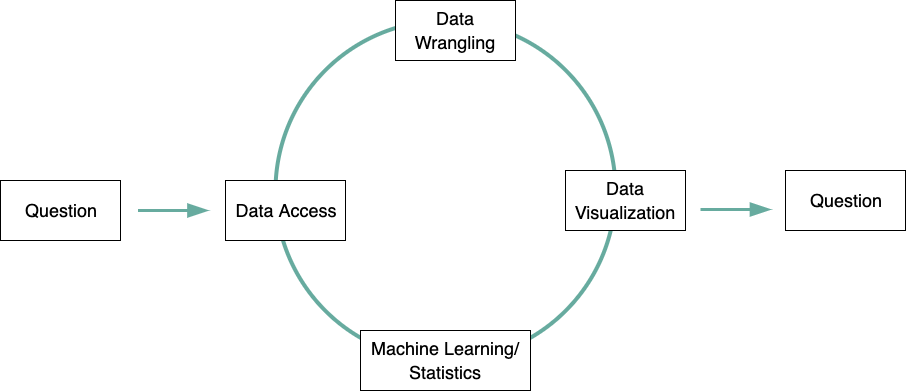
The draw.io diagram img/ds-workflow.png in sereprz/from-hot-mess-to-information, before a commit. Source tidied: cells renumbered, new cells last; positions are measured from the earlier drawing's top-left corner, leaving out a move shared by most shapes.
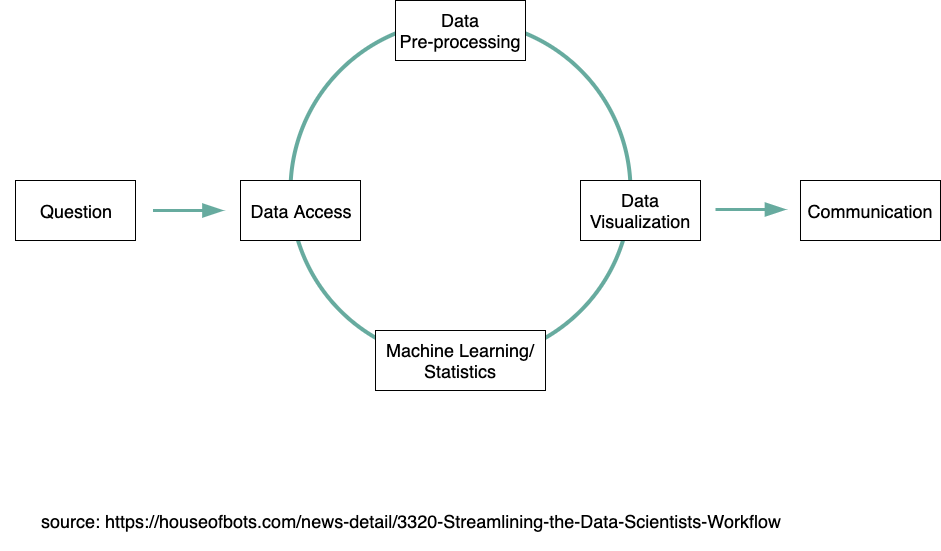
After the commit.

The edit, as a diff of the source:
```diff
@@ -5,35 +5,38 @@
     <mxCell id="2" style="ellipse;whiteSpace=wrap;html=1;strokeColor=#67AB9F;strokeWidth=4;" parent="1" vertex="1">
       <mxGeometry x="275" y="20" width="340" height="340" as="geometry" />
     </mxCell>
-    <mxCell id="3" value="&lt;font style=&quot;font-size: 18px&quot;&gt;Machine Learning/ Statistics&lt;/font&gt;" style="rounded=0;whiteSpace=wrap;html=1;strokeColor=#000000;strokeWidth=1;fontSize=20;" parent="1" vertex="1">
+    <mxCell id="3" value="&lt;font style=&quot;font-size: 18px&quot;&gt;Machine Learning/ Statistics&lt;/font&gt;" style="rounded=0;whiteSpace=wrap;html=1;strokeColor=#000000;strokeWidth=1;fontSize=18;" parent="1" vertex="1">
       <mxGeometry x="360" y="330" width="170" height="60" as="geometry" />
     </mxCell>
-    <mxCell id="4" value="&lt;font style=&quot;font-size: 18px&quot;&gt;Data Wrangling&lt;/font&gt;" style="rounded=0;whiteSpace=wrap;html=1;strokeColor=#000000;strokeWidth=1;fontSize=20;" parent="1" vertex="1">
-      <mxGeometry x="395" width="120" height="60" as="geometry" />
-    </mxCell>
+    <mxCell id="11" value="&lt;font style=&quot;font-size: 18px&quot;&gt;Data&lt;br&gt;Pre-processing&lt;/font&gt;" style="rounded=0;whiteSpace=wrap;html=1;strokeColor=#000000;strokeWidth=1;fontSize=18;" parent="1" vertex="1">
+      <mxGeometry x="380" width="130" height="60" as="geometry" />
+    </mxCell>
-    <mxCell id="5" value="&lt;font style=&quot;font-size: 18px&quot;&gt;Data Visualization&lt;/font&gt;" style="rounded=0;whiteSpace=wrap;html=1;strokeColor=#000000;strokeWidth=1;fontSize=20;" parent="1" vertex="1">
-      <mxGeometry x="565" y="170" width="120" height="60" as="geometry" />
+    <mxCell id="5" value="&lt;font style=&quot;font-size: 18px&quot;&gt;Data Visualization&lt;/font&gt;" style="rounded=0;whiteSpace=wrap;html=1;strokeColor=#000000;strokeWidth=1;fontSize=18;" parent="1" vertex="1">
+      <mxGeometry x="565" y="180" width="120" height="60" as="geometry" />
     </mxCell>
-    <mxCell id="6" value="&lt;font style=&quot;font-size: 18px&quot;&gt;Question&lt;/font&gt;" style="rounded=0;whiteSpace=wrap;html=1;strokeColor=#000000;strokeWidth=1;fontSize=20;" parent="1" vertex="1">
-      <mxGeometry x="785" y="170" width="120" height="60" as="geometry" />
-    </mxCell>
+    <mxCell id="12" value="&lt;font style=&quot;font-size: 18px&quot;&gt;Communication&lt;/font&gt;" style="rounded=0;whiteSpace=wrap;html=1;strokeColor=#000000;strokeWidth=1;fontSize=18;" parent="1" vertex="1">
+      <mxGeometry x="785" y="180" width="140" height="60" as="geometry" />
+    </mxCell>
-    <mxCell id="7" value="&lt;font style=&quot;font-size: 18px&quot;&gt;Data Access&lt;/font&gt;" style="rounded=0;whiteSpace=wrap;html=1;strokeColor=#000000;strokeWidth=1;fontSize=20;" parent="1" vertex="1">
+    <mxCell id="7" value="&lt;font style=&quot;font-size: 18px&quot;&gt;Data Access&lt;/font&gt;" style="rounded=0;whiteSpace=wrap;html=1;strokeColor=#000000;strokeWidth=1;fontSize=18;" parent="1" vertex="1">
       <mxGeometry x="225" y="180" width="120" height="60" as="geometry" />
     </mxCell>
-    <mxCell id="8" value="&lt;font style=&quot;font-size: 18px&quot;&gt;Question&lt;/font&gt;" style="rounded=0;whiteSpace=wrap;html=1;strokeColor=#000000;strokeWidth=1;fontSize=20;" parent="1" vertex="1">
-      <mxGeometry y="180" width="120" height="60" as="geometry" />
-    </mxCell>
-    <mxCell id="9" style="endArrow=blockThin;html=1;fontSize=20;strokeColor=#67AB9F;endSize=13;endFill=1;strokeWidth=3;" parent="1" edge="1">
-      <mxGeometry relative="1" as="geometry">
-        <mxPoint x="137.5" y="210" as="sourcePoint" />
-        <mxPoint x="207.5" y="210" as="targetPoint" />
-      </mxGeometry>
-    </mxCell>
-    <mxCell id="10" style="endArrow=blockThin;html=1;fontSize=20;strokeColor=#67AB9F;endSize=13;endFill=1;strokeWidth=3;" parent="1" edge="1">
-      <mxGeometry relative="1" as="geometry">
-        <mxPoint x="700" y="209" as="sourcePoint" />
-        <mxPoint x="770" y="209" as="targetPoint" />
-      </mxGeometry>
-    </mxCell>
+    <mxCell id="13" value="&lt;font style=&quot;font-size: 18px&quot;&gt;Question&lt;/font&gt;" style="rounded=0;whiteSpace=wrap;html=1;strokeColor=#000000;strokeWidth=1;fontSize=18;" parent="1" vertex="1">
+      <mxGeometry y="180" width="120" height="60" as="geometry" />
+    </mxCell>
+    <mxCell id="14" style="endArrow=blockThin;html=1;fontSize=20;strokeColor=#67AB9F;endSize=13;endFill=1;strokeWidth=3;" parent="1" edge="1">
+      <mxGeometry relative="1" as="geometry">
+        <mxPoint x="137.5" y="210" as="sourcePoint" />
+        <mxPoint x="207.5" y="210" as="targetPoint" />
+      </mxGeometry>
+    </mxCell>
+    <mxCell id="15" style="endArrow=blockThin;html=1;fontSize=20;strokeColor=#67AB9F;endSize=13;endFill=1;strokeWidth=3;" parent="1" edge="1">
+      <mxGeometry relative="1" as="geometry">
+        <mxPoint x="700" y="209" as="sourcePoint" />
+        <mxPoint x="770" y="209" as="targetPoint" />
+      </mxGeometry>
+    </mxCell>
+    <mxCell id="16" value="source: https://houseofbots.com/news-detail/3320-Streamlining-the-Data-Scientists-Workflow" style="text;html=1;strokeColor=none;fillColor=none;align=center;verticalAlign=middle;whiteSpace=wrap;rounded=0;fontSize=18;" parent="1" vertex="1">
+      <mxGeometry x="-15" y="490" width="820" height="60" as="geometry" />
+    </mxCell>
   </root>
 </mxGraphModel>
```
